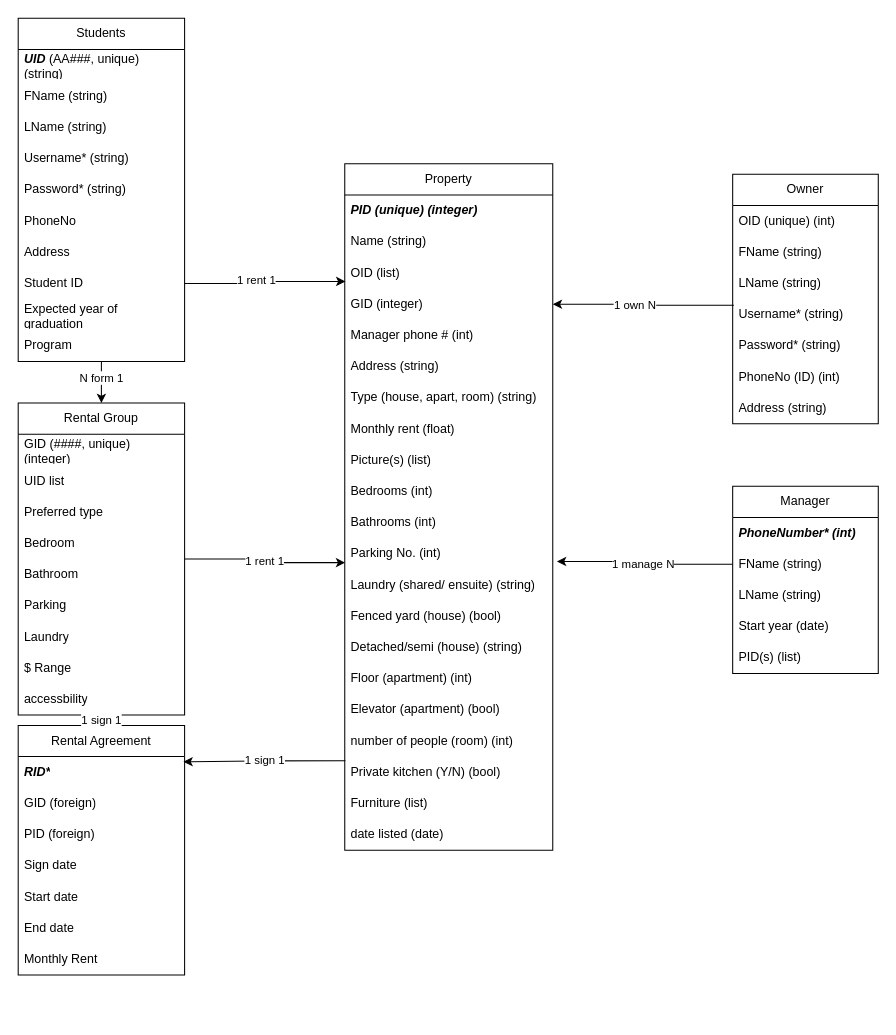
Before: ER diagram.drawio in sean-y-liang/City-Housing-Platform, a draw.io diagram. Source tidied: cells renumbered, new cells numbered last; positions are measured from the earlier drawing's top-left corner, leaving out a move shared by most shapes. Both pictures are drawn from the tidied source at 104%, with x=0, y=0 at pixel (18, 18).
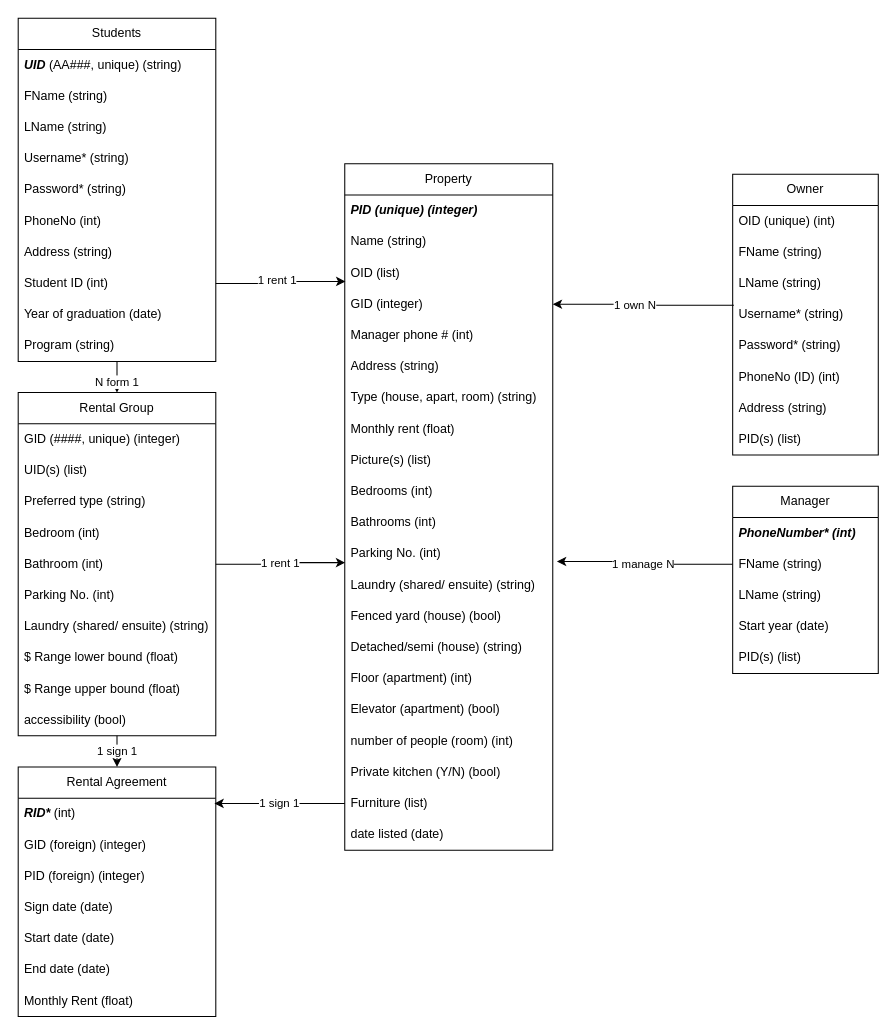
Above is the later version.

The change refers to these unchanged cells:
```xml
<mxCell id="35" value="number of people (room) (int)" style="text;strokeColor=none;fillColor=none;align=left;verticalAlign=middle;spacingLeft=4;spacingRight=4;overflow=hidden;points=[[0,0.5],[1,0.5]];portConstraint=eastwest;whiteSpace=wrap;html=1;" parent="17" vertex="1">
  <mxGeometry y="540" width="200" height="30" as="geometry" />
</mxCell>
<mxCell id="37" value="&lt;div&gt;Furniture (list)&lt;/div&gt;" style="text;strokeColor=none;fillColor=none;align=left;verticalAlign=middle;spacingLeft=4;spacingRight=4;overflow=hidden;points=[[0,0.5],[1,0.5]];portConstraint=eastwest;whiteSpace=wrap;html=1;" parent="17" vertex="1">
  <mxGeometry y="600" width="200" height="30" as="geometry" />
</mxCell>
```

Change to the diagram source:
```diff
@@
     <mxCell id="6" value="Students" style="swimlane;fontStyle=0;horizontal=1;startSize=30;whiteSpace=wrap;html=1;" parent="1" vertex="1">
-      <mxGeometry width="160" height="330" as="geometry" />
+      <mxGeometry width="190" height="330" as="geometry" />
     </mxCell>
     <mxCell id="7" value="&lt;i&gt;&lt;b&gt;UID&lt;/b&gt;&lt;/i&gt; (AA###, unique) (string)" style="text;strokeColor=none;fillColor=none;align=left;verticalAlign=middle;spacingLeft=4;spacingRight=4;overflow=hidden;whiteSpace=wrap;html=1;" parent="6" vertex="1">
-      <mxGeometry y="30" width="160" height="30" as="geometry" />
+      <mxGeometry y="30" width="190" height="30" as="geometry" />
     </mxCell>
     <mxCell id="8" value="FName (string)" style="text;strokeColor=none;fillColor=none;align=left;verticalAlign=middle;spacingLeft=4;spacingRight=4;overflow=hidden;whiteSpace=wrap;html=1;" parent="6" vertex="1">
-      <mxGeometry y="60" width="160" height="30" as="geometry" />
+      <mxGeometry y="60" width="190" height="30" as="geometry" />
     </mxCell>
     <mxCell id="9" value="LName (string)" style="text;strokeColor=none;fillColor=none;align=left;verticalAlign=middle;spacingLeft=4;spacingRight=4;overflow=hidden;whiteSpace=wrap;html=1;" parent="6" vertex="1">
-      <mxGeometry y="90" width="160" height="30" as="geometry" />
+      <mxGeometry y="90" width="190" height="30" as="geometry" />
     </mxCell>
     <mxCell id="10" value="Username* (string)" style="text;strokeColor=none;fillColor=none;align=left;verticalAlign=middle;spacingLeft=4;spacingRight=4;overflow=hidden;whiteSpace=wrap;html=1;" parent="6" vertex="1">
-      <mxGeometry y="120" width="160" height="30" as="geometry" />
+      <mxGeometry y="120" width="190" height="30" as="geometry" />
     </mxCell>
     <mxCell id="11" value="Password* (string)" style="text;strokeColor=none;fillColor=none;align=left;verticalAlign=middle;spacingLeft=4;spacingRight=4;overflow=hidden;whiteSpace=wrap;html=1;" parent="6" vertex="1">
-      <mxGeometry y="150" width="160" height="30" as="geometry" />
+      <mxGeometry y="150" width="190" height="30" as="geometry" />
     </mxCell>
-    <mxCell id="12" value="&lt;div&gt;PhoneNo&lt;/div&gt;" style="text;strokeColor=none;fillColor=none;align=left;verticalAlign=middle;spacingLeft=4;spacingRight=4;overflow=hidden;whiteSpace=wrap;html=1;" parent="6" vertex="1">
-      <mxGeometry y="180" width="160" height="30" as="geometry" />
+    <mxCell id="12" value="&lt;div&gt;PhoneNo (int)&lt;br&gt;&lt;/div&gt;" style="text;strokeColor=none;fillColor=none;align=left;verticalAlign=middle;spacingLeft=4;spacingRight=4;overflow=hidden;whiteSpace=wrap;html=1;" parent="6" vertex="1">
+      <mxGeometry y="180" width="190" height="30" as="geometry" />
     </mxCell>
-    <mxCell id="13" value="Address" style="text;strokeColor=none;fillColor=none;align=left;verticalAlign=middle;spacingLeft=4;spacingRight=4;overflow=hidden;whiteSpace=wrap;html=1;" parent="6" vertex="1">
-      <mxGeometry y="210" width="160" height="30" as="geometry" />
+    <mxCell id="13" value="Address (string)" style="text;strokeColor=none;fillColor=none;align=left;verticalAlign=middle;spacingLeft=4;spacingRight=4;overflow=hidden;whiteSpace=wrap;html=1;" parent="6" vertex="1">
+      <mxGeometry y="210" width="190" height="30" as="geometry" />
     </mxCell>
-    <mxCell id="14" value="Student ID" style="text;strokeColor=none;fillColor=none;align=left;verticalAlign=middle;spacingLeft=4;spacingRight=4;overflow=hidden;points=[[0,0.5],[1,0.5]];portConstraint=eastwest;whiteSpace=wrap;html=1;" parent="6" vertex="1">
-      <mxGeometry y="240" width="160" height="30" as="geometry" />
+    <mxCell id="14" value="Student ID (int)" style="text;strokeColor=none;fillColor=none;align=left;verticalAlign=middle;spacingLeft=4;spacingRight=4;overflow=hidden;points=[[0,0.5],[1,0.5]];portConstraint=eastwest;whiteSpace=wrap;html=1;" parent="6" vertex="1">
+      <mxGeometry y="240" width="190" height="30" as="geometry" />
     </mxCell>
-    <mxCell id="15" value="Expected year of graduation" style="text;strokeColor=none;fillColor=none;align=left;verticalAlign=middle;spacingLeft=4;spacingRight=4;overflow=hidden;whiteSpace=wrap;html=1;" parent="6" vertex="1">
-      <mxGeometry y="270" width="160" height="30" as="geometry" />
+    <mxCell id="15" value="Year of graduation (date)" style="text;strokeColor=none;fillColor=none;align=left;verticalAlign=middle;spacingLeft=4;spacingRight=4;overflow=hidden;whiteSpace=wrap;html=1;" parent="6" vertex="1">
+      <mxGeometry y="270" width="190" height="30" as="geometry" />
     </mxCell>
-    <mxCell id="16" value="Program" style="text;strokeColor=none;fillColor=none;align=left;verticalAlign=middle;spacingLeft=4;spacingRight=4;overflow=hidden;whiteSpace=wrap;html=1;" parent="6" vertex="1">
-      <mxGeometry y="300" width="160" height="30" as="geometry" />
+    <mxCell id="16" value="Program (string)" style="text;strokeColor=none;fillColor=none;align=left;verticalAlign=middle;spacingLeft=4;spacingRight=4;overflow=hidden;whiteSpace=wrap;html=1;" parent="6" vertex="1">
+      <mxGeometry y="300" width="190" height="30" as="geometry" />
     </mxCell>
@@
     <mxCell id="39" value="Rental Group" style="swimlane;fontStyle=0;horizontal=1;startSize=30;whiteSpace=wrap;html=1;" parent="1" vertex="1">
-      <mxGeometry y="370" width="160" height="300" as="geometry" />
+      <mxGeometry y="360" width="190" height="330" as="geometry" />
     </mxCell>
     <mxCell id="40" value="GID (####, unique) (integer)" style="text;strokeColor=none;fillColor=none;align=left;verticalAlign=middle;spacingLeft=4;spacingRight=4;overflow=hidden;whiteSpace=wrap;html=1;" parent="39" vertex="1">
-      <mxGeometry y="30" width="160" height="30" as="geometry" />
+      <mxGeometry y="30" width="190" height="30" as="geometry" />
     </mxCell>
-    <mxCell id="41" value="UID list" style="text;strokeColor=none;fillColor=none;align=left;verticalAlign=middle;spacingLeft=4;spacingRight=4;overflow=hidden;whiteSpace=wrap;html=1;" parent="39" vertex="1">
-      <mxGeometry y="60" width="160" height="30" as="geometry" />
+    <mxCell id="41" value="UID(s) (list)" style="text;strokeColor=none;fillColor=none;align=left;verticalAlign=middle;spacingLeft=4;spacingRight=4;overflow=hidden;whiteSpace=wrap;html=1;" parent="39" vertex="1">
+      <mxGeometry y="60" width="190" height="30" as="geometry" />
     </mxCell>
-    <mxCell id="42" value="Preferred type" style="text;strokeColor=none;fillColor=none;align=left;verticalAlign=middle;spacingLeft=4;spacingRight=4;overflow=hidden;whiteSpace=wrap;html=1;" parent="39" vertex="1">
-      <mxGeometry y="90" width="160" height="30" as="geometry" />
+    <mxCell id="42" value="Preferred type (string)" style="text;strokeColor=none;fillColor=none;align=left;verticalAlign=middle;spacingLeft=4;spacingRight=4;overflow=hidden;whiteSpace=wrap;html=1;" parent="39" vertex="1">
+      <mxGeometry y="90" width="190" height="30" as="geometry" />
     </mxCell>
-    <mxCell id="43" value="Bedroom" style="text;strokeColor=none;fillColor=none;align=left;verticalAlign=middle;spacingLeft=4;spacingRight=4;overflow=hidden;whiteSpace=wrap;html=1;" parent="39" vertex="1">
-      <mxGeometry y="120" width="160" height="30" as="geometry" />
+    <mxCell id="43" value="Bedroom (int)" style="text;strokeColor=none;fillColor=none;align=left;verticalAlign=middle;spacingLeft=4;spacingRight=4;overflow=hidden;whiteSpace=wrap;html=1;" parent="39" vertex="1">
+      <mxGeometry y="120" width="190" height="30" as="geometry" />
     </mxCell>
-    <mxCell id="44" value="Bathroom" style="text;strokeColor=none;fillColor=none;align=left;verticalAlign=middle;spacingLeft=4;spacingRight=4;overflow=hidden;whiteSpace=wrap;html=1;" parent="39" vertex="1">
-      <mxGeometry y="150" width="160" height="30" as="geometry" />
+    <mxCell id="44" value="Bathroom (int)" style="text;strokeColor=none;fillColor=none;align=left;verticalAlign=middle;spacingLeft=4;spacingRight=4;overflow=hidden;whiteSpace=wrap;html=1;" parent="39" vertex="1">
+      <mxGeometry y="150" width="190" height="30" as="geometry" />
     </mxCell>
-    <mxCell id="45" value="Parking" style="text;strokeColor=none;fillColor=none;align=left;verticalAlign=middle;spacingLeft=4;spacingRight=4;overflow=hidden;whiteSpace=wrap;html=1;" parent="39" vertex="1">
-      <mxGeometry y="180" width="160" height="30" as="geometry" />
+    <mxCell id="45" value="Parking No. (int)" style="text;strokeColor=none;fillColor=none;align=left;verticalAlign=middle;spacingLeft=4;spacingRight=4;overflow=hidden;whiteSpace=wrap;html=1;" parent="39" vertex="1">
+      <mxGeometry y="180" width="190" height="30" as="geometry" />
     </mxCell>
-    <mxCell id="46" value="Laundry" style="text;strokeColor=none;fillColor=none;align=left;verticalAlign=middle;spacingLeft=4;spacingRight=4;overflow=hidden;whiteSpace=wrap;html=1;" parent="39" vertex="1">
-      <mxGeometry y="210" width="160" height="30" as="geometry" />
+    <mxCell id="46" value="Laundry (shared/ ensuite) (string)" style="text;strokeColor=none;fillColor=none;align=left;verticalAlign=middle;spacingLeft=4;spacingRight=4;overflow=hidden;whiteSpace=wrap;html=1;" parent="39" vertex="1">
+      <mxGeometry y="210" width="190" height="30" as="geometry" />
     </mxCell>
-    <mxCell id="47" value="$ Range" style="text;strokeColor=none;fillColor=none;align=left;verticalAlign=middle;spacingLeft=4;spacingRight=4;overflow=hidden;whiteSpace=wrap;html=1;" parent="39" vertex="1">
-      <mxGeometry y="240" width="160" height="30" as="geometry" />
+    <mxCell id="47" value="$ Range lower bound (float)" style="text;strokeColor=none;fillColor=none;align=left;verticalAlign=middle;spacingLeft=4;spacingRight=4;overflow=hidden;whiteSpace=wrap;html=1;" parent="39" vertex="1">
+      <mxGeometry y="240" width="190" height="30" as="geometry" />
     </mxCell>
+    <mxCell id="77" value="$ Range upper bound (float)" style="text;strokeColor=none;fillColor=none;align=left;verticalAlign=middle;spacingLeft=4;spacingRight=4;overflow=hidden;whiteSpace=wrap;html=1;" parent="39" vertex="1">
+      <mxGeometry y="270" width="190" height="30" as="geometry" />
+    </mxCell>
-    <mxCell id="48" value="accessbility" style="text;strokeColor=none;fillColor=none;align=left;verticalAlign=middle;spacingLeft=4;spacingRight=4;overflow=hidden;whiteSpace=wrap;html=1;" parent="39" vertex="1">
-      <mxGeometry y="270" width="160" height="30" as="geometry" />
+    <mxCell id="48" value="accessibility (bool)" style="text;strokeColor=none;fillColor=none;align=left;verticalAlign=middle;spacingLeft=4;spacingRight=4;overflow=hidden;whiteSpace=wrap;html=1;" parent="39" vertex="1">
+      <mxGeometry y="300" width="190" height="30" as="geometry" />
     </mxCell>
@@
     <mxCell id="57" value="Rental Agreement" style="swimlane;fontStyle=0;horizontal=1;startSize=30;whiteSpace=wrap;html=1;" parent="1" vertex="1">
-      <mxGeometry y="680" width="160" height="240" as="geometry" />
+      <mxGeometry y="720" width="190" height="240" as="geometry" />
     </mxCell>
-    <mxCell id="58" value="&lt;b&gt;&lt;i&gt;RID*&lt;/i&gt;&lt;/b&gt;" style="text;strokeColor=none;fillColor=none;align=left;verticalAlign=middle;spacingLeft=4;spacingRight=4;overflow=hidden;points=[[0,0.5],[1,0.5]];portConstraint=eastwest;whiteSpace=wrap;html=1;" parent="57" vertex="1">
-      <mxGeometry y="30" width="160" height="30" as="geometry" />
+    <mxCell id="58" value="&lt;b&gt;&lt;i&gt;RID*&lt;/i&gt;&lt;/b&gt; (int)" style="text;strokeColor=none;fillColor=none;align=left;verticalAlign=middle;spacingLeft=4;spacingRight=4;overflow=hidden;points=[[0,0.5],[1,0.5]];portConstraint=eastwest;whiteSpace=wrap;html=1;" parent="57" vertex="1">
+      <mxGeometry y="30" width="190" height="30" as="geometry" />
     </mxCell>
-    <mxCell id="59" value="GID (foreign)" style="text;strokeColor=none;fillColor=none;align=left;verticalAlign=middle;spacingLeft=4;spacingRight=4;overflow=hidden;whiteSpace=wrap;html=1;" parent="57" vertex="1">
-      <mxGeometry y="60" width="160" height="30" as="geometry" />
+    <mxCell id="59" value="GID (foreign) (integer)" style="text;strokeColor=none;fillColor=none;align=left;verticalAlign=middle;spacingLeft=4;spacingRight=4;overflow=hidden;whiteSpace=wrap;html=1;" parent="57" vertex="1">
+      <mxGeometry y="60" width="190" height="30" as="geometry" />
     </mxCell>
-    <mxCell id="60" value="&lt;div&gt;PID (foreign)&lt;/div&gt;" style="text;strokeColor=none;fillColor=none;align=left;verticalAlign=middle;spacingLeft=4;spacingRight=4;overflow=hidden;whiteSpace=wrap;html=1;" parent="57" vertex="1">
-      <mxGeometry y="90" width="160" height="30" as="geometry" />
+    <mxCell id="60" value="&lt;div&gt;PID (foreign) (integer)&lt;br&gt;&lt;/div&gt;" style="text;strokeColor=none;fillColor=none;align=left;verticalAlign=middle;spacingLeft=4;spacingRight=4;overflow=hidden;whiteSpace=wrap;html=1;" parent="57" vertex="1">
+      <mxGeometry y="90" width="190" height="30" as="geometry" />
     </mxCell>
-    <mxCell id="61" value="Sign date" style="text;strokeColor=none;fillColor=none;align=left;verticalAlign=middle;spacingLeft=4;spacingRight=4;overflow=hidden;whiteSpace=wrap;html=1;" parent="57" vertex="1">
-      <mxGeometry y="120" width="160" height="30" as="geometry" />
+    <mxCell id="61" value="Sign date (date)" style="text;strokeColor=none;fillColor=none;align=left;verticalAlign=middle;spacingLeft=4;spacingRight=4;overflow=hidden;whiteSpace=wrap;html=1;" parent="57" vertex="1">
+      <mxGeometry y="120" width="190" height="30" as="geometry" />
     </mxCell>
-    <mxCell id="62" value="Start date" style="text;strokeColor=none;fillColor=none;align=left;verticalAlign=middle;spacingLeft=4;spacingRight=4;overflow=hidden;whiteSpace=wrap;html=1;" parent="57" vertex="1">
-      <mxGeometry y="150" width="160" height="30" as="geometry" />
+    <mxCell id="62" value="Start date (date)" style="text;strokeColor=none;fillColor=none;align=left;verticalAlign=middle;spacingLeft=4;spacingRight=4;overflow=hidden;whiteSpace=wrap;html=1;" parent="57" vertex="1">
+      <mxGeometry y="150" width="190" height="30" as="geometry" />
     </mxCell>
-    <mxCell id="63" value="End date" style="text;strokeColor=none;fillColor=none;align=left;verticalAlign=middle;spacingLeft=4;spacingRight=4;overflow=hidden;whiteSpace=wrap;html=1;" parent="57" vertex="1">
-      <mxGeometry y="180" width="160" height="30" as="geometry" />
+    <mxCell id="63" value="End date (date)" style="text;strokeColor=none;fillColor=none;align=left;verticalAlign=middle;spacingLeft=4;spacingRight=4;overflow=hidden;whiteSpace=wrap;html=1;" parent="57" vertex="1">
+      <mxGeometry y="180" width="190" height="30" as="geometry" />
     </mxCell>
-    <mxCell id="64" value="Monthly Rent" style="text;strokeColor=none;fillColor=none;align=left;verticalAlign=middle;spacingLeft=4;spacingRight=4;overflow=hidden;whiteSpace=wrap;html=1;" parent="57" vertex="1">
-      <mxGeometry y="210" width="160" height="30" as="geometry" />
+    <mxCell id="64" value="Monthly Rent (float)" style="text;strokeColor=none;fillColor=none;align=left;verticalAlign=middle;spacingLeft=4;spacingRight=4;overflow=hidden;whiteSpace=wrap;html=1;" parent="57" vertex="1">
+      <mxGeometry y="210" width="190" height="30" as="geometry" />
     </mxCell>
@@
-    <mxCell id="66" value="1 sign 1" style="edgeStyle=orthogonalEdgeStyle;rounded=0;jettySize=auto;html=1;entryX=0.993;entryY=0.167;entryDx=0;entryDy=0;exitX=0.003;exitY=1.135;exitDx=0;exitDy=0;exitPerimeter=0;entryPerimeter=0;" parent="1" edge="1" source="35" target="58">
+    <mxCell id="66" value="1 sign 1" style="edgeStyle=orthogonalEdgeStyle;rounded=0;jettySize=auto;html=1;entryX=0.993;entryY=0.167;entryDx=0;entryDy=0;exitX=0;exitY=0.5;exitDx=0;exitDy=0;entryPerimeter=0;" parent="1" edge="1" source="37" target="58">
       <mxGeometry relative="1" as="geometry" />
     </mxCell>
@@
     <mxCell id="69" value="Owner" style="swimlane;fontStyle=0;horizontal=1;startSize=30;whiteSpace=wrap;html=1;" parent="1" vertex="1">
-      <mxGeometry x="687" y="150" width="140" height="240" as="geometry" />
+      <mxGeometry x="687" y="150" width="140" height="270" as="geometry" />
     </mxCell>
@@
+    <mxCell id="78" value="PID(s) (list)" style="text;strokeColor=none;fillColor=none;align=left;verticalAlign=middle;spacingLeft=4;spacingRight=4;overflow=hidden;whiteSpace=wrap;html=1;" parent="69" vertex="1">
+      <mxGeometry y="240" width="140" height="30" as="geometry" />
+    </mxCell>
```
